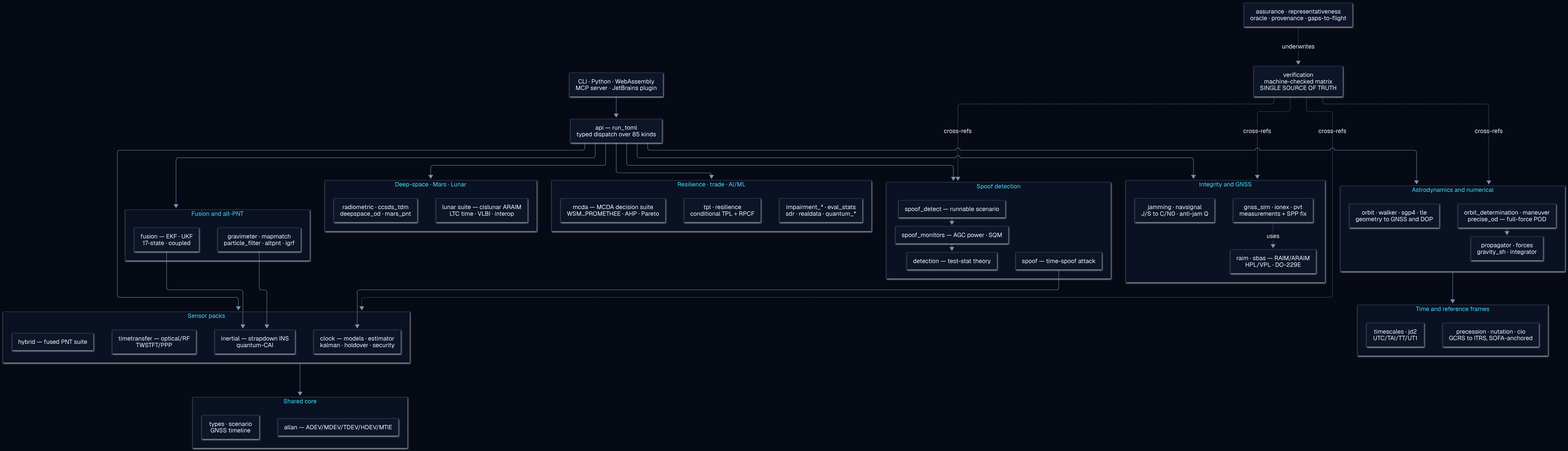
This is docs/assets/diagrams/module-map.png from ashfordeOU/kshana, a Mermaid export, as it was before one commit. Its source is kept beside it as docs/diagrams/module-map.mmd. Its diagram source:
```mermaid
flowchart TD
    cli["CLI · Python · WebAssembly<br/>MCP server · JetBrains plugin"] --> api["api — run_toml<br/>typed dispatch over 85 kinds"]
    subgraph shared["Shared core"]
      types["types · scenario<br/>GNSS timeline"]
      allan["allan — ADEV/MDEV/TDEV/HDEV/MTIE"]
    end
    subgraph frames["Time and reference frames"]
      ts["timescales · jd2<br/>UTC/TAI/TT/UT1"]
      cio["precession · nutation · cio<br/>GCRS to ITRS, SOFA-anchored"]
    end
    subgraph packs["Sensor packs"]
      p1["clock — models · estimator<br/>kalman · holdover · security"]
      p2["inertial — strapdown INS<br/>quantum-CAI"]
      p3["timetransfer — optical/RF<br/>TWSTFT/PPP"]
      p4["hybrid — fused PNT suite"]
    end
    subgraph astro["Astrodynamics and numerical"]
      orbit["orbit · walker · sgp4 · tle<br/>geometry to GNSS and DOP"]
      prop["propagator · forces<br/>gravity_sh · integrator"]
      odm["orbit_determination · maneuver<br/>precise_od — full-force POD"]
    end
    subgraph intg["Integrity and GNSS"]
      raim["raim · sbas — RAIM/ARAIM<br/>HPL/VPL · DO-229E"]
      gsim["gnss_sim · ionex · pvt<br/>measurements + SPP fix"]
      jam["jamming · navsignal<br/>J/S to C/N0 · anti-jam Q"]
    end
    subgraph spf["Spoof detection"]
      spoof["spoof — time-spoof attack"]
      spm["spoof_monitors — AGC power · SQM"]
      det["detection — test-stat theory"]
      spd["spoof_detect — runnable scenario"]
    end
    subgraph fnav["Fusion and alt-PNT"]
      fus["fusion — EKF · UKF<br/>17-state · coupled"]
      alt["gravimeter · mapmatch<br/>particle_filter · altpnt · igrf"]
    end
    subgraph deep["Deep-space · Mars · Lunar"]
      dsr["radiometric · ccsds_tdm<br/>deepspace_od · mars_pnt"]
      lun["lunar suite — cislunar ARAIM<br/>LTC time · VLBI · interop"]
    end
    subgraph resil["Resilience · trade · AI/ML"]
      tpl["tpl · resilience<br/>conditional TPL + RPCF"]
      opt["impairment_* · eval_stats<br/>sdr · realdata · quantum_*"]
      mcda["mcda — MCDA decision suite<br/>WSM…PROMETHEE · AHP · Pareto"]
    end
    VER["verification<br/>machine-checked matrix<br/>SINGLE SOURCE OF TRUTH"]
    ASR["assurance · representativeness<br/>oracle · provenance · gaps-to-flight"]
    ASR -. underwrites .-> VER
    api --> packs
    api --> astro
    api --> intg
    api --> spf
    api --> fnav
    api --> deep
    api --> resil
    packs --> shared
    astro --> frames
    odm --> prop
    spoof --> p1
    spm --> det
    spd --> spm
    fus --> p2
    alt --> p2
    gsim -. uses .-> raim
    VER -. cross-refs .-> packs
    VER -. cross-refs .-> intg
    VER -. cross-refs .-> spf
    VER -. cross-refs .-> astro
```
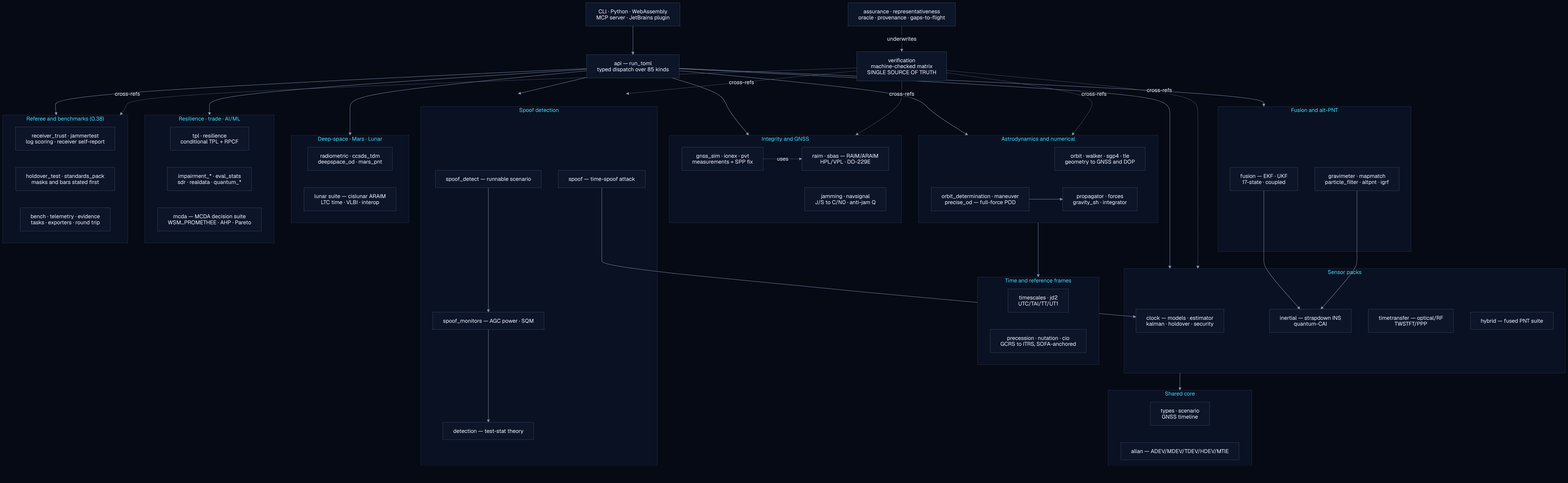
After the change.

Change to the diagram source:
```diff
@@ -43,6 +43,11 @@
       opt["impairment_* · eval_stats<br/>sdr · realdata · quantum_*"]
       mcda["mcda — MCDA decision suite<br/>WSM…PROMETHEE · AHP · Pareto"]
     end
+    subgraph ref["Referee and benchmarks (0.38)"]
+      rtr["receiver_trust · jammertest<br/>log scoring · receiver self-report"]
+      tim["holdover_test · standards_pack<br/>masks and bars stated first"]
+      brn["bench · telemetry · evidence<br/>tasks · exporters · round trip"]
+    end
     VER["verification<br/>machine-checked matrix<br/>SINGLE SOURCE OF TRUTH"]
     ASR["assurance · representativeness<br/>oracle · provenance · gaps-to-flight"]
     ASR -. underwrites .-> VER
@@ -53,6 +58,7 @@
     api --> fnav
     api --> deep
     api --> resil
+    api --> ref
     packs --> shared
     astro --> frames
     odm --> prop
@@ -66,3 +72,4 @@
     VER -. cross-refs .-> intg
     VER -. cross-refs .-> spf
     VER -. cross-refs .-> astro
+    VER -. cross-refs .-> ref
```
